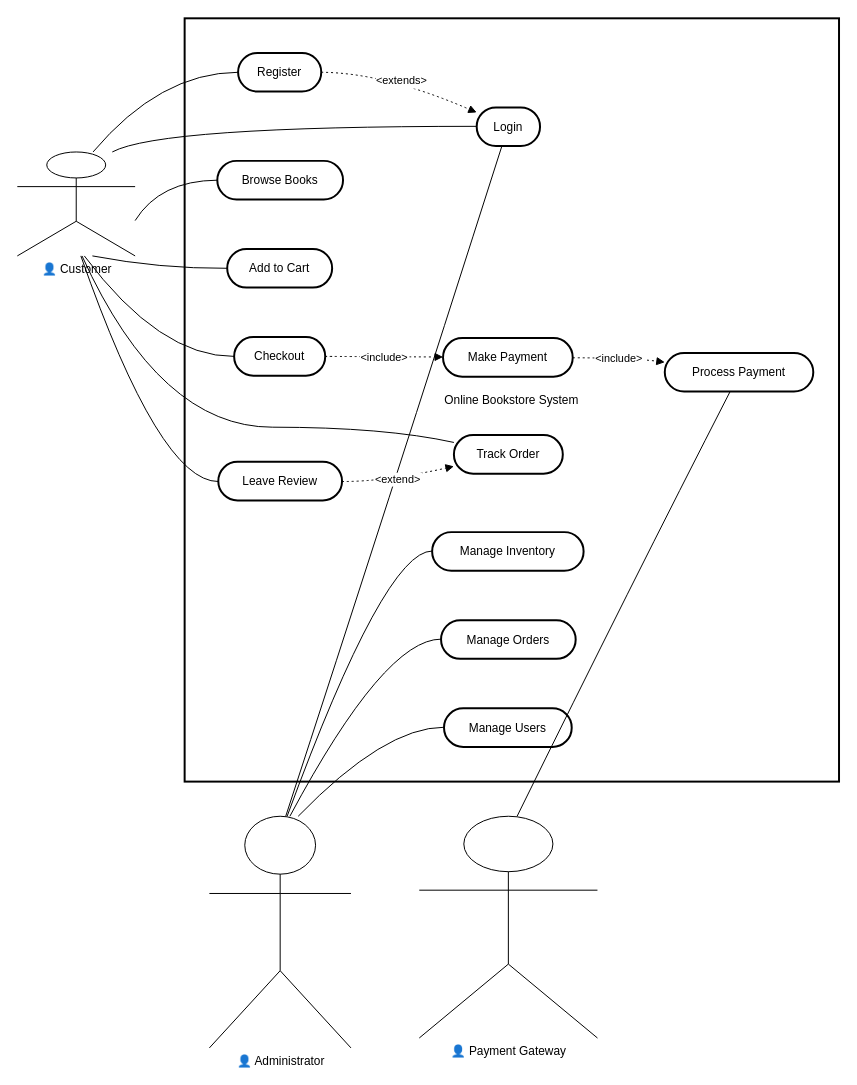
This is diagrams/usecase.drawio from moh715/book-e-commerce, a draw.io file, before an edit. Source tidied: cells renumbered, new cells numbered last; positions are measured from the earlier drawing's top-left corner, leaving out a move shared by most shapes. Both pictures are drawn from the tidied source at 99%, with x=0, y=0 at pixel (17, 18).
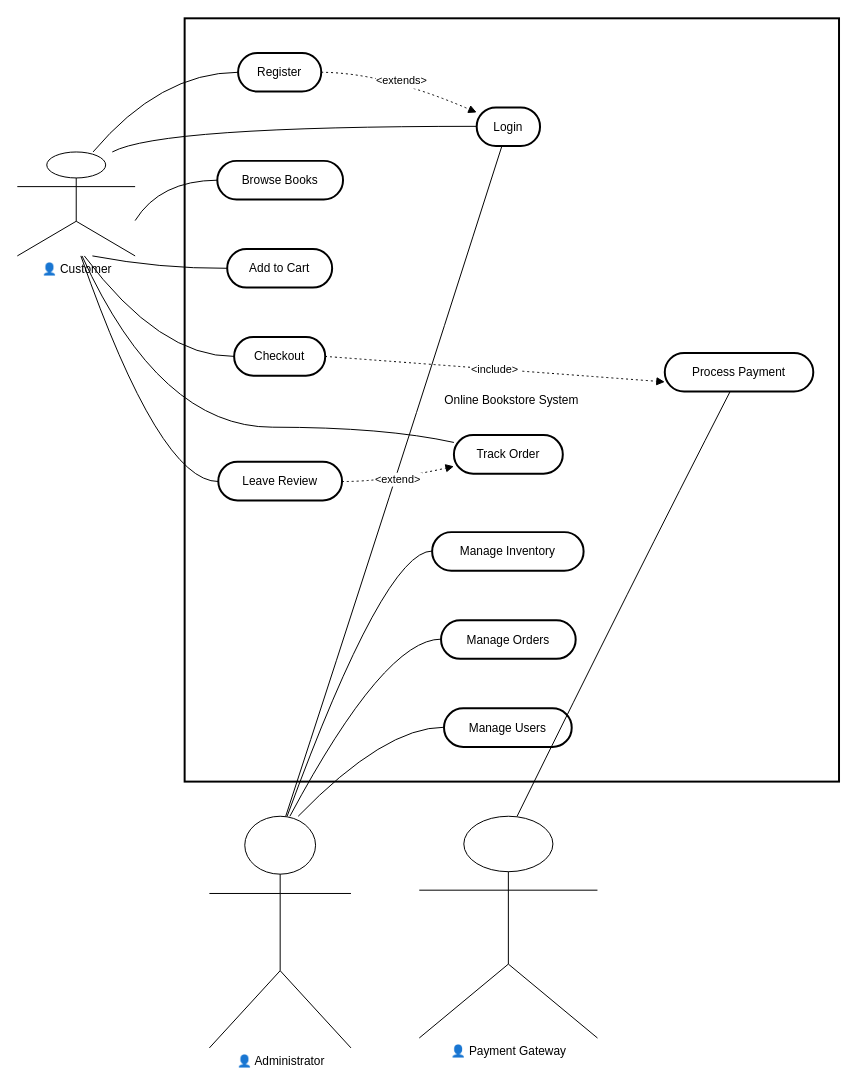
The same diagram, later.

The change refers to these unchanged cells:
```xml
<mxCell id="10" value="Checkout" style="rounded=1;whiteSpace=wrap;arcSize=50;strokeWidth=2;" parent="1" vertex="1">
  <mxGeometry x="219" y="322" width="92" height="39" as="geometry" />
</mxCell>
<mxCell id="17" value="Process Payment" style="rounded=1;whiteSpace=wrap;arcSize=50;strokeWidth=2;" parent="1" vertex="1">
  <mxGeometry x="654" y="338" width="150" height="39" as="geometry" />
</mxCell>
```

Change to the diagram source:
```diff
@@
-    <mxCell id="11" value="Make Payment" style="rounded=1;whiteSpace=wrap;arcSize=50;strokeWidth=2;" parent="1" vertex="1">
-      <mxGeometry x="430" y="323" width="131" height="39" as="geometry" />
-    </mxCell>
@@
-    <mxCell id="31" value="&lt;include&gt;" style="curved=1;dashed=1;dashPattern=2 3;startArrow=none;endArrow=block;exitX=1;exitY=0.5;entryX=0;entryY=0.49;rounded=0;" parent="1" edge="1" source="10" target="11">
+    <mxCell id="31" value="&lt;include&gt;" style="curved=1;dashed=1;dashPattern=2 3;startArrow=none;endArrow=block;exitX=1;exitY=0.5;entryX=0;entryY=0.75;rounded=0;entryDx=0;entryDy=0;" parent="1" edge="1" source="10" target="17">
       <mxGeometry relative="1" as="geometry" />
     </mxCell>
-    <mxCell id="32" value="&lt;include&gt;" style="curved=1;dashed=1;dashPattern=2 3;startArrow=none;endArrow=block;exitX=1;exitY=0.51;entryX=0;entryY=0.24;rounded=0;" parent="1" edge="1" source="11" target="17">
-      <mxGeometry relative="1" as="geometry">
-        <Array as="points">
-          <mxPoint x="620" y="343" />
-        </Array>
-      </mxGeometry>
-    </mxCell>
```
